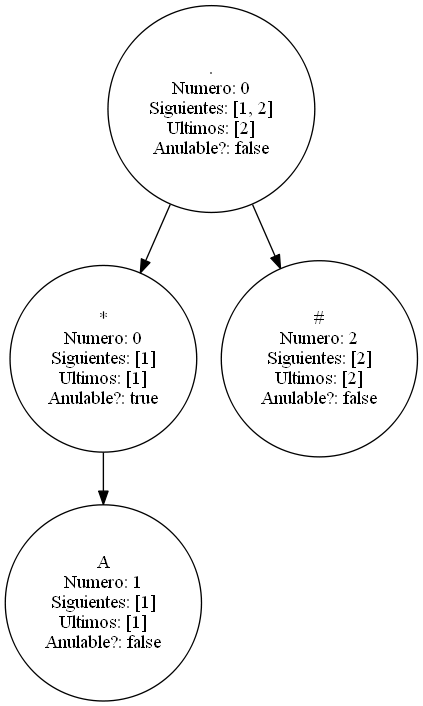
The Graphviz diagram ARBOLES_201700733/Arbol2.png in ByLy23/Regexitive-AFD-converter, before a commit. Its source is kept beside it as Dot/Arbol2.dot. Source of this version:
```dot
digraph Arbol{
442803419[shape=circle label="*
Numero: 0
Siguientes: [1]
Ultimos: [1]
Anulable?: true"];
442803419 -> 1625886139
1625886139[shape=circle label="A
Numero: 1
Siguientes: [1]
Ultimos: [1]
Anulable?: false"];
55733648[shape=circle label=".
Numero: 0
Siguientes: [1, 2]
Ultimos: [2]
Anulable?: false"];
55733648 -> 442803419
55733648 -> 1760275827
1760275827[shape=circle label="#
Numero: 2
Siguientes: [2]
Ultimos: [2]
Anulable?: false"];

}
```
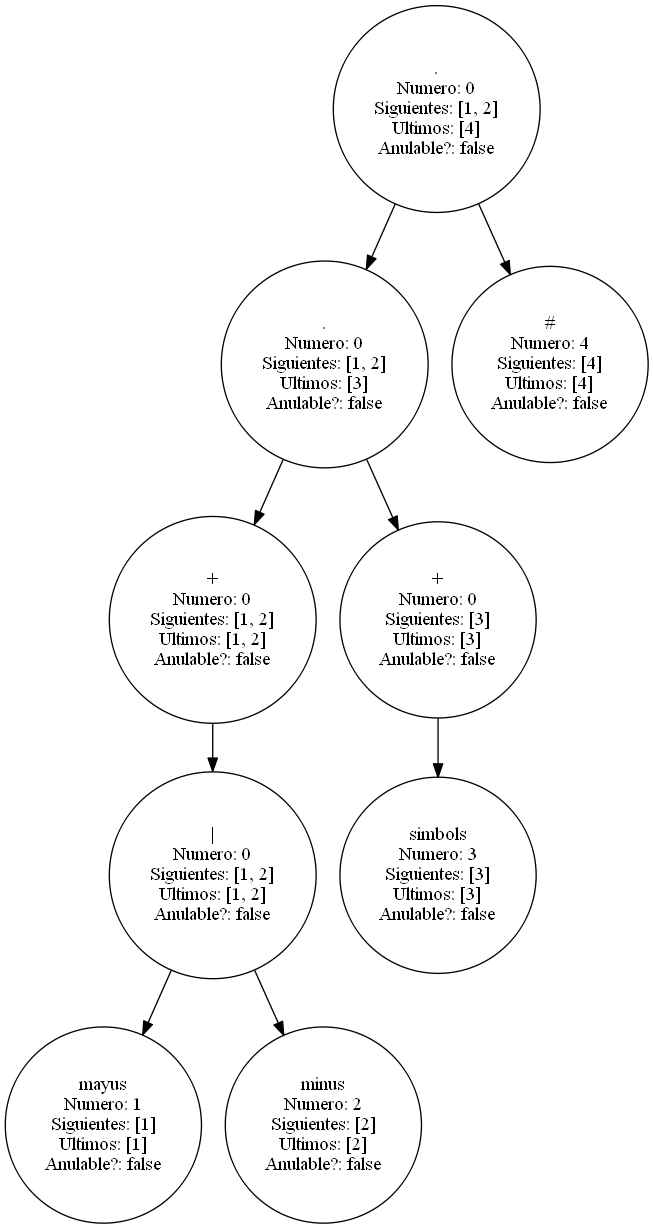
The same file after the commit.

Diff of the diagram source:
```diff
@@ -1,26 +1,56 @@
 digraph Arbol{
-442803419[shape=circle label="*
+1861177629[shape=circle label="+
 Numero: 0
-Siguientes: [1]
-Ultimos: [1]
-Anulable?: true"];
-442803419 -> 1625886139
-1625886139[shape=circle label="A
+Siguientes: [1, 2]
+Ultimos: [1, 2]
+Anulable?: false"];
+1861177629 -> 1231821570
+841502147[shape=circle label="mayus
 Numero: 1
 Siguientes: [1]
 Ultimos: [1]
 Anulable?: false"];
-55733648[shape=circle label=".
+1231821570[shape=circle label="|
 Numero: 0
 Siguientes: [1, 2]
-Ultimos: [2]
+Ultimos: [1, 2]
 Anulable?: false"];
-55733648 -> 442803419
-55733648 -> 1760275827
-1760275827[shape=circle label="#
+1231821570 -> 841502147
+1231821570 -> 6522696
+6522696[shape=circle label="minus
 Numero: 2
 Siguientes: [2]
 Ultimos: [2]
 Anulable?: false"];
+345000416[shape=circle label=".
+Numero: 0
+Siguientes: [1, 2]
+Ultimos: [3]
+Anulable?: false"];
+345000416 -> 1861177629
+345000416 -> 1024324731
+1024324731[shape=circle label="+
+Numero: 0
+Siguientes: [3]
+Ultimos: [3]
+Anulable?: false"];
+1024324731 -> 1295769676
+1295769676[shape=circle label="simbols
+Numero: 3
+Siguientes: [3]
+Ultimos: [3]
+Anulable?: false"];
+1375631204[shape=circle label=".
+Numero: 0
+Siguientes: [1, 2]
+Ultimos: [4]
+Anulable?: false"];
+1375631204 -> 345000416
+1375631204 -> 1203239922
+1203239922[shape=circle label="#
+Numero: 4
+Siguientes: [4]
+Ultimos: [4]
+Anulable?: false"];
 
 }
```
